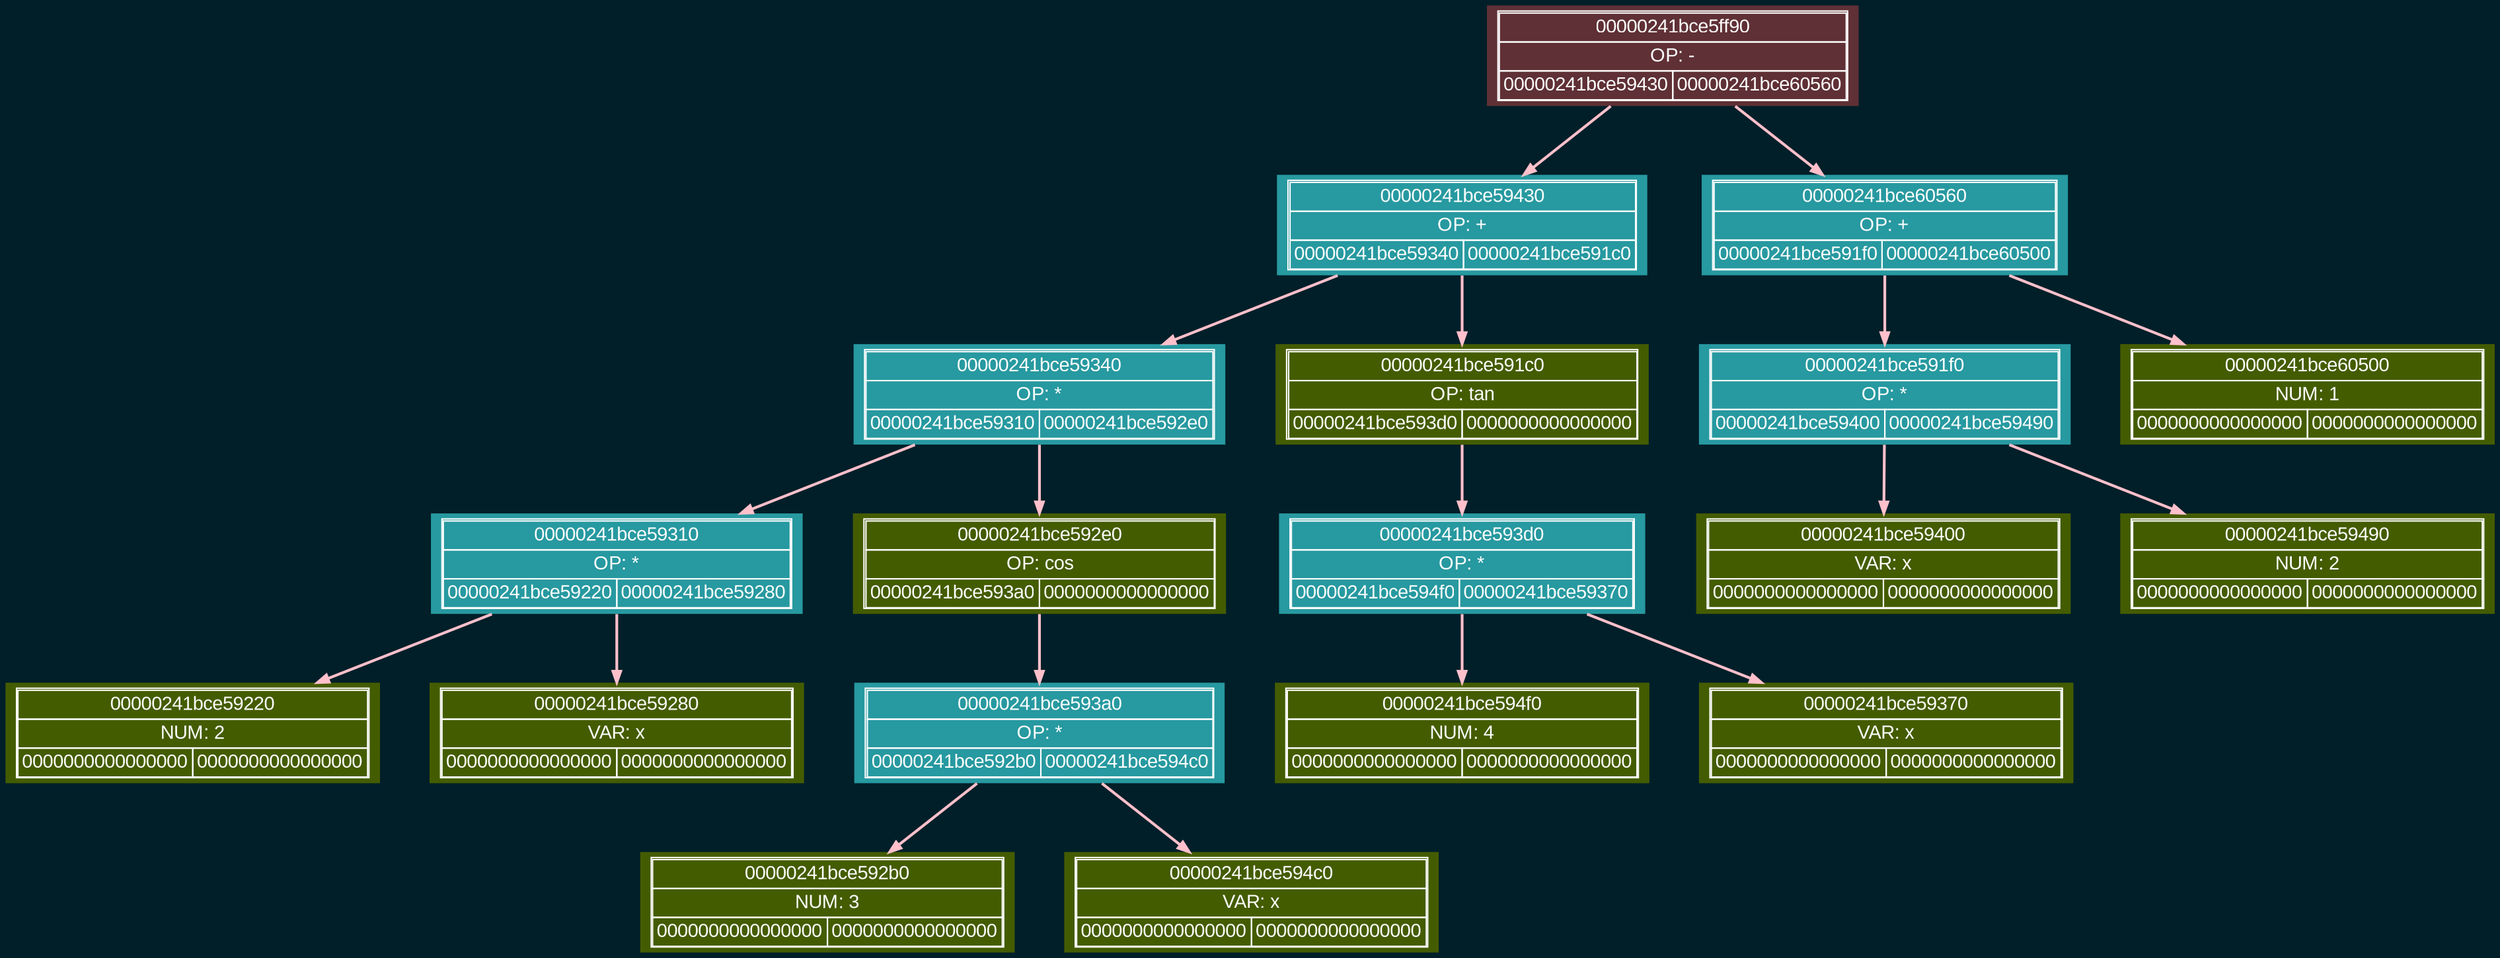
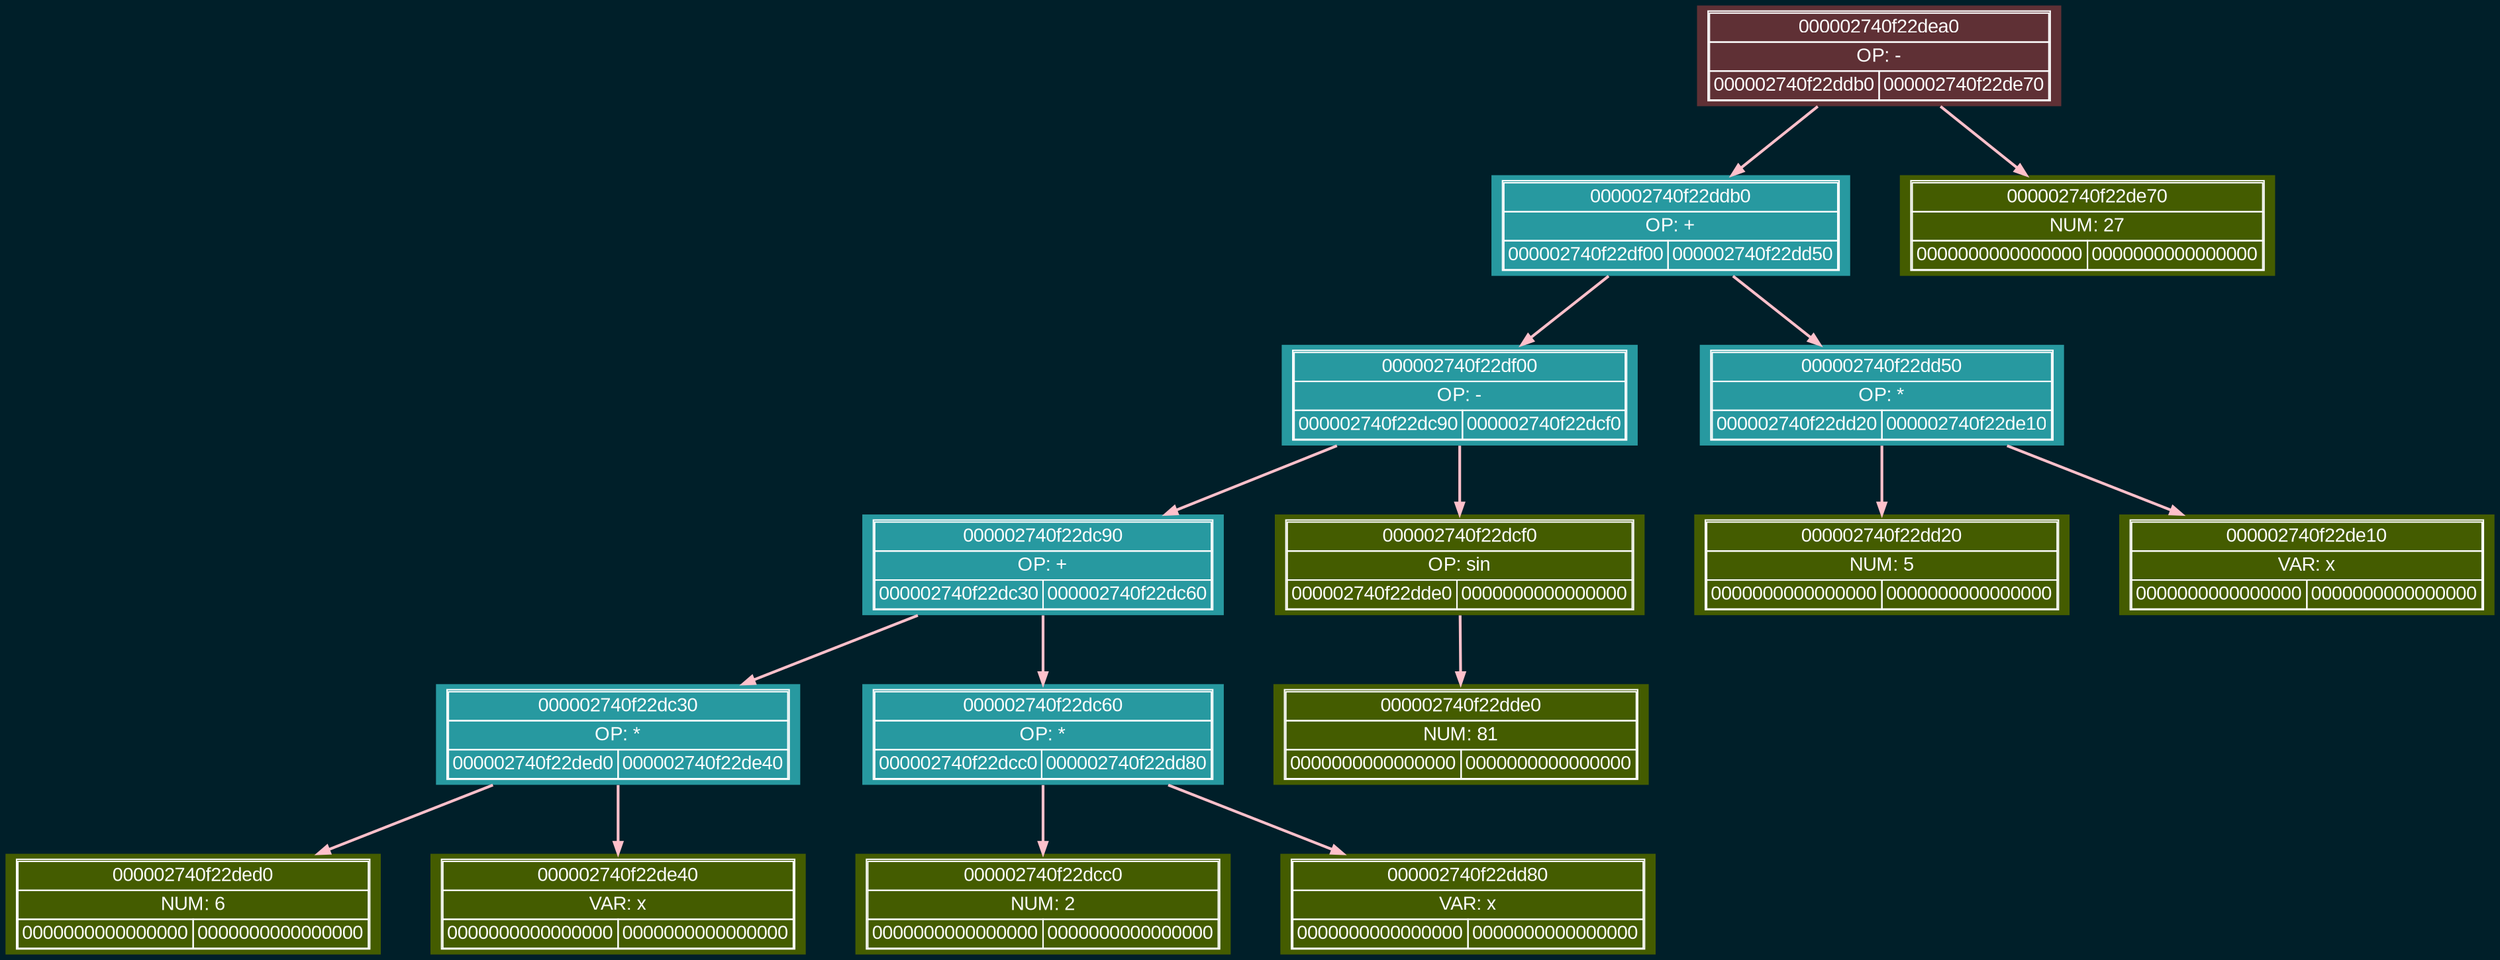
digraph tree{
    charset="UTF-8";
    bgcolor="#001f29";
     rankdir = TB;
    nodesep = 0.5;
    ranksep = 0.7;
    node [shape=plaintext, style=filled, fontname="Arial"];
    edge [fontname="Arial"];

    labelloc="t";
-     node00000241bce5ff90 [label=<<TABLE BORDER='1' CELLBORDER='1' CELLSPACING='0'><TR><TD COLSPAN='2'>00000241bce5ff90</TD></TR><TR><TD COLSPAN='2'>OP: -</TD></TR><TR><TD>00000241bce59430</TD><TD>00000241bce60560</TD></TR></TABLE>>, fillcolor="#5f3035", color="#fdfdfd", fontcolor="#fdfdfd"];
-     node00000241bce59430 [label=<<TABLE BORDER='1' CELLBORDER='1' CELLSPACING='0'><TR><TD COLSPAN='2'>00000241bce59430</TD></TR><TR><TD COLSPAN='2'>OP: +</TD></TR><TR><TD>00000241bce59340</TD><TD>00000241bce591c0</TD></TR></TABLE>>, fillcolor="#2799a0", color="#fdfdfd", fontcolor="#fdfdfd"];
-     node00000241bce59340 [label=<<TABLE BORDER='1' CELLBORDER='1' CELLSPACING='0'><TR><TD COLSPAN='2'>00000241bce59340</TD></TR><TR><TD COLSPAN='2'>OP: *</TD></TR><TR><TD>00000241bce59310</TD><TD>00000241bce592e0</TD></TR></TABLE>>, fillcolor="#2799a0", color="#fdfdfd", fontcolor="#fdfdfd"];
-     node00000241bce59310 [label=<<TABLE BORDER='1' CELLBORDER='1' CELLSPACING='0'><TR><TD COLSPAN='2'>00000241bce59310</TD></TR><TR><TD COLSPAN='2'>OP: *</TD></TR><TR><TD>00000241bce59220</TD><TD>00000241bce59280</TD></TR></TABLE>>, fillcolor="#2799a0", color="#fdfdfd", fontcolor="#fdfdfd"];
-     node00000241bce59220 [label=<<TABLE BORDER='1' CELLBORDER='1' CELLSPACING='0'><TR><TD COLSPAN='2'>00000241bce59220</TD></TR><TR><TD COLSPAN='2'>NUM: 2</TD></TR><TR><TD>0000000000000000</TD><TD>0000000000000000</TD></TR></TABLE>>, fillcolor="#445c00", color="#fdfdfd", fontcolor="#fdfdfd"];
-     node00000241bce59280 [label=<<TABLE BORDER='1' CELLBORDER='1' CELLSPACING='0'><TR><TD COLSPAN='2'>00000241bce59280</TD></TR><TR><TD COLSPAN='2'>VAR: x</TD></TR><TR><TD>0000000000000000</TD><TD>0000000000000000</TD></TR></TABLE>>, fillcolor="#445c00", color="#fdfdfd", fontcolor="#fdfdfd"];
-     node00000241bce592e0 [label=<<TABLE BORDER='1' CELLBORDER='1' CELLSPACING='0'><TR><TD COLSPAN='2'>00000241bce592e0</TD></TR><TR><TD COLSPAN='2'>OP: cos</TD></TR><TR><TD>00000241bce593a0</TD><TD>0000000000000000</TD></TR></TABLE>>, fillcolor="#445c00", color="#fdfdfd", fontcolor="#fdfdfd"];
-     node00000241bce593a0 [label=<<TABLE BORDER='1' CELLBORDER='1' CELLSPACING='0'><TR><TD COLSPAN='2'>00000241bce593a0</TD></TR><TR><TD COLSPAN='2'>OP: *</TD></TR><TR><TD>00000241bce592b0</TD><TD>00000241bce594c0</TD></TR></TABLE>>, fillcolor="#2799a0", color="#fdfdfd", fontcolor="#fdfdfd"];
-     node00000241bce592b0 [label=<<TABLE BORDER='1' CELLBORDER='1' CELLSPACING='0'><TR><TD COLSPAN='2'>00000241bce592b0</TD></TR><TR><TD COLSPAN='2'>NUM: 3</TD></TR><TR><TD>0000000000000000</TD><TD>0000000000000000</TD></TR></TABLE>>, fillcolor="#445c00", color="#fdfdfd", fontcolor="#fdfdfd"];
-     node00000241bce594c0 [label=<<TABLE BORDER='1' CELLBORDER='1' CELLSPACING='0'><TR><TD COLSPAN='2'>00000241bce594c0</TD></TR><TR><TD COLSPAN='2'>VAR: x</TD></TR><TR><TD>0000000000000000</TD><TD>0000000000000000</TD></TR></TABLE>>, fillcolor="#445c00", color="#fdfdfd", fontcolor="#fdfdfd"];
-     node00000241bce591c0 [label=<<TABLE BORDER='1' CELLBORDER='1' CELLSPACING='0'><TR><TD COLSPAN='2'>00000241bce591c0</TD></TR><TR><TD COLSPAN='2'>OP: tan</TD></TR><TR><TD>00000241bce593d0</TD><TD>0000000000000000</TD></TR></TABLE>>, fillcolor="#445c00", color="#fdfdfd", fontcolor="#fdfdfd"];
-     node00000241bce593d0 [label=<<TABLE BORDER='1' CELLBORDER='1' CELLSPACING='0'><TR><TD COLSPAN='2'>00000241bce593d0</TD></TR><TR><TD COLSPAN='2'>OP: *</TD></TR><TR><TD>00000241bce594f0</TD><TD>00000241bce59370</TD></TR></TABLE>>, fillcolor="#2799a0", color="#fdfdfd", fontcolor="#fdfdfd"];
-     node00000241bce594f0 [label=<<TABLE BORDER='1' CELLBORDER='1' CELLSPACING='0'><TR><TD COLSPAN='2'>00000241bce594f0</TD></TR><TR><TD COLSPAN='2'>NUM: 4</TD></TR><TR><TD>0000000000000000</TD><TD>0000000000000000</TD></TR></TABLE>>, fillcolor="#445c00", color="#fdfdfd", fontcolor="#fdfdfd"];
-     node00000241bce59370 [label=<<TABLE BORDER='1' CELLBORDER='1' CELLSPACING='0'><TR><TD COLSPAN='2'>00000241bce59370</TD></TR><TR><TD COLSPAN='2'>VAR: x</TD></TR><TR><TD>0000000000000000</TD><TD>0000000000000000</TD></TR></TABLE>>, fillcolor="#445c00", color="#fdfdfd", fontcolor="#fdfdfd"];
-     node00000241bce60560 [label=<<TABLE BORDER='1' CELLBORDER='1' CELLSPACING='0'><TR><TD COLSPAN='2'>00000241bce60560</TD></TR><TR><TD COLSPAN='2'>OP: +</TD></TR><TR><TD>00000241bce591f0</TD><TD>00000241bce60500</TD></TR></TABLE>>, fillcolor="#2799a0", color="#fdfdfd", fontcolor="#fdfdfd"];
-     node00000241bce591f0 [label=<<TABLE BORDER='1' CELLBORDER='1' CELLSPACING='0'><TR><TD COLSPAN='2'>00000241bce591f0</TD></TR><TR><TD COLSPAN='2'>OP: *</TD></TR><TR><TD>00000241bce59400</TD><TD>00000241bce59490</TD></TR></TABLE>>, fillcolor="#2799a0", color="#fdfdfd", fontcolor="#fdfdfd"];
-     node00000241bce59400 [label=<<TABLE BORDER='1' CELLBORDER='1' CELLSPACING='0'><TR><TD COLSPAN='2'>00000241bce59400</TD></TR><TR><TD COLSPAN='2'>VAR: x</TD></TR><TR><TD>0000000000000000</TD><TD>0000000000000000</TD></TR></TABLE>>, fillcolor="#445c00", color="#fdfdfd", fontcolor="#fdfdfd"];
-     node00000241bce59490 [label=<<TABLE BORDER='1' CELLBORDER='1' CELLSPACING='0'><TR><TD COLSPAN='2'>00000241bce59490</TD></TR><TR><TD COLSPAN='2'>NUM: 2</TD></TR><TR><TD>0000000000000000</TD><TD>0000000000000000</TD></TR></TABLE>>, fillcolor="#445c00", color="#fdfdfd", fontcolor="#fdfdfd"];
-     node00000241bce60500 [label=<<TABLE BORDER='1' CELLBORDER='1' CELLSPACING='0'><TR><TD COLSPAN='2'>00000241bce60500</TD></TR><TR><TD COLSPAN='2'>NUM: 1</TD></TR><TR><TD>0000000000000000</TD><TD>0000000000000000</TD></TR></TABLE>>, fillcolor="#445c00", color="#fdfdfd", fontcolor="#fdfdfd"];
-     node00000241bce5ff90 -> node00000241bce59430 [color="pink", penwidth=2, fontcolor="pink", fontsize=12, arrowsize=0.8];
-     node00000241bce5ff90 -> node00000241bce60560 [color="pink", penwidth=2, fontcolor="pink", fontsize=12, arrowsize=0.8];
-     node00000241bce59430 -> node00000241bce59340 [color="pink", penwidth=2, fontcolor="pink", fontsize=12, arrowsize=0.8];
-     node00000241bce59430 -> node00000241bce591c0 [color="pink", penwidth=2, fontcolor="pink", fontsize=12, arrowsize=0.8];
-     node00000241bce59340 -> node00000241bce59310 [color="pink", penwidth=2, fontcolor="pink", fontsize=12, arrowsize=0.8];
-     node00000241bce59340 -> node00000241bce592e0 [color="pink", penwidth=2, fontcolor="pink", fontsize=12, arrowsize=0.8];
-     node00000241bce59310 -> node00000241bce59220 [color="pink", penwidth=2, fontcolor="pink", fontsize=12, arrowsize=0.8];
-     node00000241bce59310 -> node00000241bce59280 [color="pink", penwidth=2, fontcolor="pink", fontsize=12, arrowsize=0.8];
-     node00000241bce592e0 -> node00000241bce593a0 [color="pink", penwidth=2, fontcolor="pink", fontsize=12, arrowsize=0.8];
-     node00000241bce593a0 -> node00000241bce592b0 [color="pink", penwidth=2, fontcolor="pink", fontsize=12, arrowsize=0.8];
-     node00000241bce593a0 -> node00000241bce594c0 [color="pink", penwidth=2, fontcolor="pink", fontsize=12, arrowsize=0.8];
-     node00000241bce591c0 -> node00000241bce593d0 [color="pink", penwidth=2, fontcolor="pink", fontsize=12, arrowsize=0.8];
-     node00000241bce593d0 -> node00000241bce594f0 [color="pink", penwidth=2, fontcolor="pink", fontsize=12, arrowsize=0.8];
-     node00000241bce593d0 -> node00000241bce59370 [color="pink", penwidth=2, fontcolor="pink", fontsize=12, arrowsize=0.8];
-     node00000241bce60560 -> node00000241bce591f0 [color="pink", penwidth=2, fontcolor="pink", fontsize=12, arrowsize=0.8];
-     node00000241bce60560 -> node00000241bce60500 [color="pink", penwidth=2, fontcolor="pink", fontsize=12, arrowsize=0.8];
-     node00000241bce591f0 -> node00000241bce59400 [color="pink", penwidth=2, fontcolor="pink", fontsize=12, arrowsize=0.8];
-     node00000241bce591f0 -> node00000241bce59490 [color="pink", penwidth=2, fontcolor="pink", fontsize=12, arrowsize=0.8];
+     node000002740f22dea0 [label=<<TABLE BORDER='1' CELLBORDER='1' CELLSPACING='0'><TR><TD COLSPAN='2'>000002740f22dea0</TD></TR><TR><TD COLSPAN='2'>OP: -</TD></TR><TR><TD>000002740f22ddb0</TD><TD>000002740f22de70</TD></TR></TABLE>>, fillcolor="#5f3035", color="#fdfdfd", fontcolor="#fdfdfd"];
+     node000002740f22ddb0 [label=<<TABLE BORDER='1' CELLBORDER='1' CELLSPACING='0'><TR><TD COLSPAN='2'>000002740f22ddb0</TD></TR><TR><TD COLSPAN='2'>OP: +</TD></TR><TR><TD>000002740f22df00</TD><TD>000002740f22dd50</TD></TR></TABLE>>, fillcolor="#2799a0", color="#fdfdfd", fontcolor="#fdfdfd"];
+     node000002740f22df00 [label=<<TABLE BORDER='1' CELLBORDER='1' CELLSPACING='0'><TR><TD COLSPAN='2'>000002740f22df00</TD></TR><TR><TD COLSPAN='2'>OP: -</TD></TR><TR><TD>000002740f22dc90</TD><TD>000002740f22dcf0</TD></TR></TABLE>>, fillcolor="#2799a0", color="#fdfdfd", fontcolor="#fdfdfd"];
+     node000002740f22dc90 [label=<<TABLE BORDER='1' CELLBORDER='1' CELLSPACING='0'><TR><TD COLSPAN='2'>000002740f22dc90</TD></TR><TR><TD COLSPAN='2'>OP: +</TD></TR><TR><TD>000002740f22dc30</TD><TD>000002740f22dc60</TD></TR></TABLE>>, fillcolor="#2799a0", color="#fdfdfd", fontcolor="#fdfdfd"];
+     node000002740f22dc30 [label=<<TABLE BORDER='1' CELLBORDER='1' CELLSPACING='0'><TR><TD COLSPAN='2'>000002740f22dc30</TD></TR><TR><TD COLSPAN='2'>OP: *</TD></TR><TR><TD>000002740f22ded0</TD><TD>000002740f22de40</TD></TR></TABLE>>, fillcolor="#2799a0", color="#fdfdfd", fontcolor="#fdfdfd"];
+     node000002740f22ded0 [label=<<TABLE BORDER='1' CELLBORDER='1' CELLSPACING='0'><TR><TD COLSPAN='2'>000002740f22ded0</TD></TR><TR><TD COLSPAN='2'>NUM: 6</TD></TR><TR><TD>0000000000000000</TD><TD>0000000000000000</TD></TR></TABLE>>, fillcolor="#445c00", color="#fdfdfd", fontcolor="#fdfdfd"];
+     node000002740f22de40 [label=<<TABLE BORDER='1' CELLBORDER='1' CELLSPACING='0'><TR><TD COLSPAN='2'>000002740f22de40</TD></TR><TR><TD COLSPAN='2'>VAR: x</TD></TR><TR><TD>0000000000000000</TD><TD>0000000000000000</TD></TR></TABLE>>, fillcolor="#445c00", color="#fdfdfd", fontcolor="#fdfdfd"];
+     node000002740f22dc60 [label=<<TABLE BORDER='1' CELLBORDER='1' CELLSPACING='0'><TR><TD COLSPAN='2'>000002740f22dc60</TD></TR><TR><TD COLSPAN='2'>OP: *</TD></TR><TR><TD>000002740f22dcc0</TD><TD>000002740f22dd80</TD></TR></TABLE>>, fillcolor="#2799a0", color="#fdfdfd", fontcolor="#fdfdfd"];
+     node000002740f22dcc0 [label=<<TABLE BORDER='1' CELLBORDER='1' CELLSPACING='0'><TR><TD COLSPAN='2'>000002740f22dcc0</TD></TR><TR><TD COLSPAN='2'>NUM: 2</TD></TR><TR><TD>0000000000000000</TD><TD>0000000000000000</TD></TR></TABLE>>, fillcolor="#445c00", color="#fdfdfd", fontcolor="#fdfdfd"];
+     node000002740f22dd80 [label=<<TABLE BORDER='1' CELLBORDER='1' CELLSPACING='0'><TR><TD COLSPAN='2'>000002740f22dd80</TD></TR><TR><TD COLSPAN='2'>VAR: x</TD></TR><TR><TD>0000000000000000</TD><TD>0000000000000000</TD></TR></TABLE>>, fillcolor="#445c00", color="#fdfdfd", fontcolor="#fdfdfd"];
+     node000002740f22dcf0 [label=<<TABLE BORDER='1' CELLBORDER='1' CELLSPACING='0'><TR><TD COLSPAN='2'>000002740f22dcf0</TD></TR><TR><TD COLSPAN='2'>OP: sin</TD></TR><TR><TD>000002740f22dde0</TD><TD>0000000000000000</TD></TR></TABLE>>, fillcolor="#445c00", color="#fdfdfd", fontcolor="#fdfdfd"];
+     node000002740f22dde0 [label=<<TABLE BORDER='1' CELLBORDER='1' CELLSPACING='0'><TR><TD COLSPAN='2'>000002740f22dde0</TD></TR><TR><TD COLSPAN='2'>NUM: 81</TD></TR><TR><TD>0000000000000000</TD><TD>0000000000000000</TD></TR></TABLE>>, fillcolor="#445c00", color="#fdfdfd", fontcolor="#fdfdfd"];
+     node000002740f22dd50 [label=<<TABLE BORDER='1' CELLBORDER='1' CELLSPACING='0'><TR><TD COLSPAN='2'>000002740f22dd50</TD></TR><TR><TD COLSPAN='2'>OP: *</TD></TR><TR><TD>000002740f22dd20</TD><TD>000002740f22de10</TD></TR></TABLE>>, fillcolor="#2799a0", color="#fdfdfd", fontcolor="#fdfdfd"];
+     node000002740f22dd20 [label=<<TABLE BORDER='1' CELLBORDER='1' CELLSPACING='0'><TR><TD COLSPAN='2'>000002740f22dd20</TD></TR><TR><TD COLSPAN='2'>NUM: 5</TD></TR><TR><TD>0000000000000000</TD><TD>0000000000000000</TD></TR></TABLE>>, fillcolor="#445c00", color="#fdfdfd", fontcolor="#fdfdfd"];
+     node000002740f22de10 [label=<<TABLE BORDER='1' CELLBORDER='1' CELLSPACING='0'><TR><TD COLSPAN='2'>000002740f22de10</TD></TR><TR><TD COLSPAN='2'>VAR: x</TD></TR><TR><TD>0000000000000000</TD><TD>0000000000000000</TD></TR></TABLE>>, fillcolor="#445c00", color="#fdfdfd", fontcolor="#fdfdfd"];
+     node000002740f22de70 [label=<<TABLE BORDER='1' CELLBORDER='1' CELLSPACING='0'><TR><TD COLSPAN='2'>000002740f22de70</TD></TR><TR><TD COLSPAN='2'>NUM: 27</TD></TR><TR><TD>0000000000000000</TD><TD>0000000000000000</TD></TR></TABLE>>, fillcolor="#445c00", color="#fdfdfd", fontcolor="#fdfdfd"];
+     node000002740f22dea0 -> node000002740f22ddb0 [color="pink", penwidth=2, fontcolor="pink", fontsize=12, arrowsize=0.8];
+     node000002740f22dea0 -> node000002740f22de70 [color="pink", penwidth=2, fontcolor="pink", fontsize=12, arrowsize=0.8];
+     node000002740f22ddb0 -> node000002740f22df00 [color="pink", penwidth=2, fontcolor="pink", fontsize=12, arrowsize=0.8];
+     node000002740f22ddb0 -> node000002740f22dd50 [color="pink", penwidth=2, fontcolor="pink", fontsize=12, arrowsize=0.8];
+     node000002740f22df00 -> node000002740f22dc90 [color="pink", penwidth=2, fontcolor="pink", fontsize=12, arrowsize=0.8];
+     node000002740f22df00 -> node000002740f22dcf0 [color="pink", penwidth=2, fontcolor="pink", fontsize=12, arrowsize=0.8];
+     node000002740f22dc90 -> node000002740f22dc30 [color="pink", penwidth=2, fontcolor="pink", fontsize=12, arrowsize=0.8];
+     node000002740f22dc90 -> node000002740f22dc60 [color="pink", penwidth=2, fontcolor="pink", fontsize=12, arrowsize=0.8];
+     node000002740f22dc30 -> node000002740f22ded0 [color="pink", penwidth=2, fontcolor="pink", fontsize=12, arrowsize=0.8];
+     node000002740f22dc30 -> node000002740f22de40 [color="pink", penwidth=2, fontcolor="pink", fontsize=12, arrowsize=0.8];
+     node000002740f22dc60 -> node000002740f22dcc0 [color="pink", penwidth=2, fontcolor="pink", fontsize=12, arrowsize=0.8];
+     node000002740f22dc60 -> node000002740f22dd80 [color="pink", penwidth=2, fontcolor="pink", fontsize=12, arrowsize=0.8];
+     node000002740f22dcf0 -> node000002740f22dde0 [color="pink", penwidth=2, fontcolor="pink", fontsize=12, arrowsize=0.8];
+     node000002740f22dd50 -> node000002740f22dd20 [color="pink", penwidth=2, fontcolor="pink", fontsize=12, arrowsize=0.8];
+     node000002740f22dd50 -> node000002740f22de10 [color="pink", penwidth=2, fontcolor="pink", fontsize=12, arrowsize=0.8];
}
